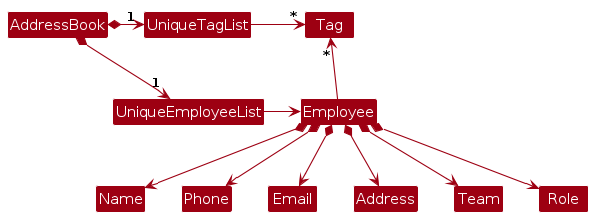
Above: diagrams/BetterModelClassDiagram.png in PyromancerBoom/tp (PlantUML), before the change. Its source is kept beside it as diagrams/BetterModelClassDiagram.puml.
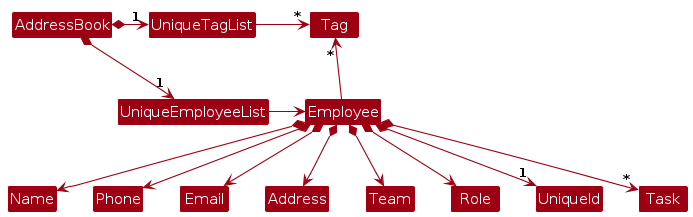
The same diagram one commit later.

Diff of the diagram source:
```diff
@@ -20,4 +20,6 @@
 Employee *--> Address
 Employee *--> Team
 Employee *--> Role
+Employee *--> "1" UniqueId
+Employee *--> "*" Task
 @enduml
```
